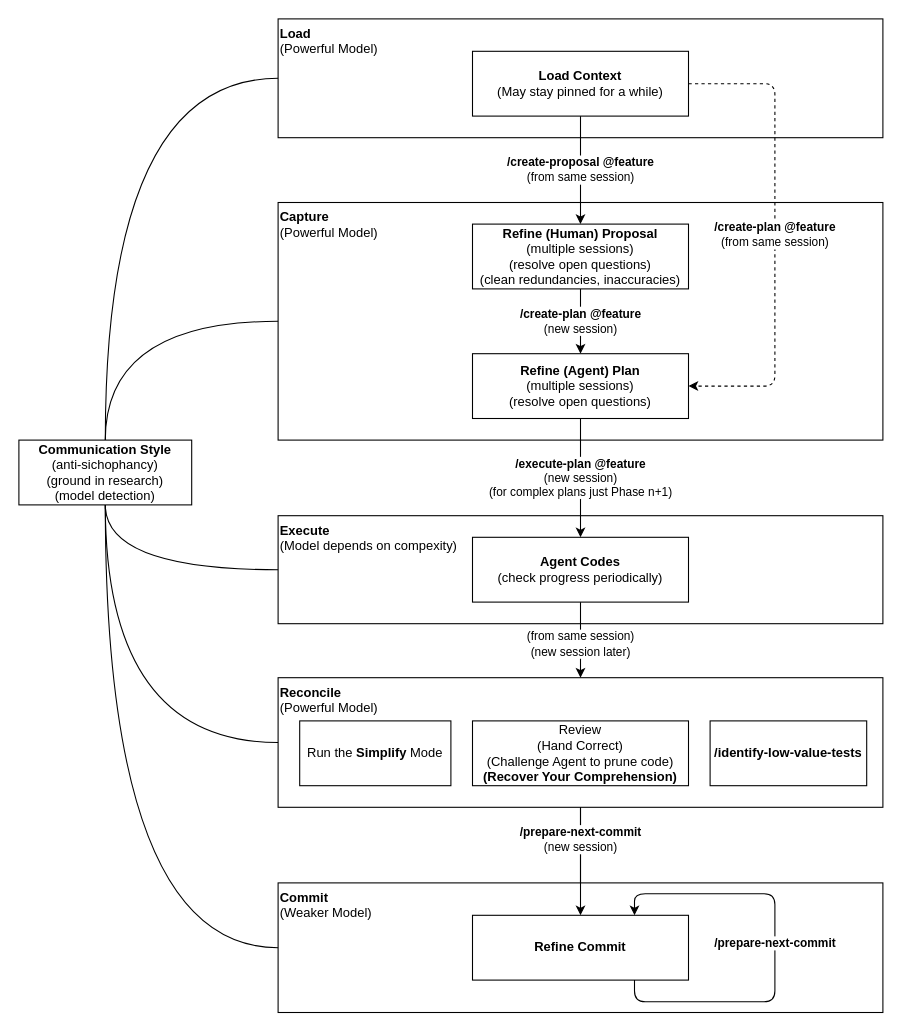
Above: page "flow" (1 of 3) of docs/architecture/architecture.drawio in Todor-Boev-IBM/ratchet (draw.io), before the change. Source tidied: cells renumbered, new cells numbered last; positions are measured from the earlier drawing's top-left corner, leaving out a move shared by most shapes. Both pictures are drawn from the tidied source at 108%, with x=0, y=0 at pixel (18, 18).
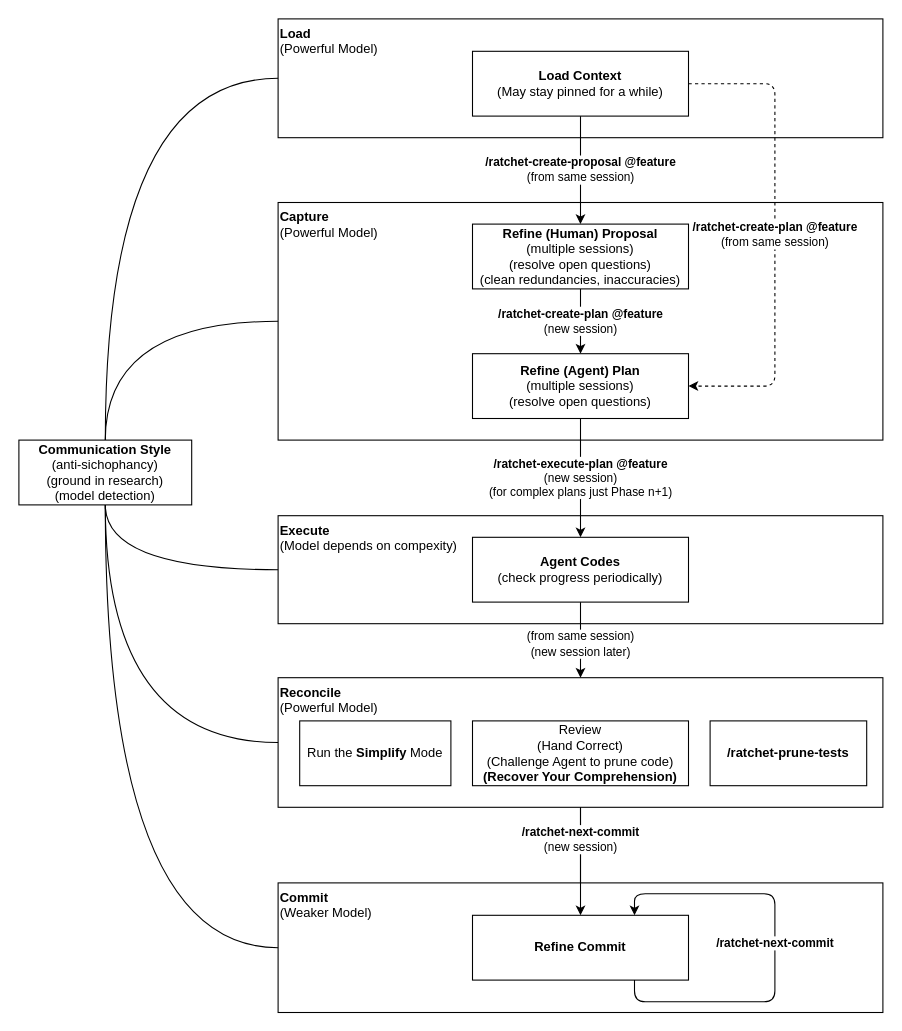
Above is the later version.

Commit message (it also covers changes not shown here):
docs(architecture): use ratchet- prefixed command names

The change refers to these unchanged cells:
```xml
<mxCell id="5" value="&lt;b&gt;Reconcile&lt;/b&gt;&lt;br&gt;(Powerful Model)" style="rounded=0;whiteSpace=wrap;html=1;arcSize=2;verticalAlign=top;align=left;" parent="1" vertex="1">
  <mxGeometry x="240" y="610" width="560" height="120" as="geometry" />
</mxCell>
<mxCell id="10" value="&lt;b&gt;Load Context&lt;/b&gt;&lt;br&gt;(May stay pinned for a while)" style="rounded=0;whiteSpace=wrap;html=1;" parent="1" vertex="1">
  <mxGeometry x="420" y="30" width="200" height="60" as="geometry" />
</mxCell>
<mxCell id="12" value="&lt;span&gt;&lt;font&gt;&lt;span style=&quot;white-space: nowrap;&quot;&gt;&lt;b style=&quot;&quot;&gt;Refine (Human) Proposal&lt;br&gt;&lt;/b&gt;&lt;/span&gt;&lt;span style=&quot;white-space: nowrap;&quot;&gt;(multiple sessions)&lt;/span&gt;&lt;br style=&quot;white-space: nowrap;&quot;&gt;&lt;span style=&quot;white-space: nowrap;&quot;&gt;(resolve open questions)&lt;/span&gt;&lt;br style=&quot;white-space: nowrap;&quot;&gt;&lt;span style=&quot;white-space: nowrap;&quot;&gt;(clean redundancies, inaccuracies)&lt;/span&gt;&lt;/font&gt;&lt;/span&gt;" style="rounded=0;whiteSpace=wrap;html=1;" parent="1" vertex="1">
  <mxGeometry x="420" y="190" width="200" height="60" as="geometry" />
</mxCell>
<mxCell id="14" value="&lt;span style=&quot;white-space: nowrap;&quot;&gt;&lt;font&gt;&lt;b style=&quot;&quot;&gt;Refine (Agent) Plan&lt;br&gt;&lt;/b&gt;(multiple sessions)&lt;br&gt;(resolve open questions)&lt;/font&gt;&lt;/span&gt;" style="rounded=0;whiteSpace=wrap;html=1;" parent="1" vertex="1">
  <mxGeometry x="420" y="310" width="200" height="60" as="geometry" />
</mxCell>
<mxCell id="17" value="&lt;b&gt;Agent Codes&lt;/b&gt;&lt;br&gt;(check progress periodically)" style="rounded=0;whiteSpace=wrap;html=1;" parent="1" vertex="1">
  <mxGeometry x="420" y="480" width="200" height="60" as="geometry" />
</mxCell>
<mxCell id="18" value="&lt;b&gt;Refine Commit&lt;/b&gt;" style="rounded=0;whiteSpace=wrap;html=1;" parent="1" vertex="1">
  <mxGeometry x="420" y="830" width="200" height="60" as="geometry" />
</mxCell>
```

The edit, as a diff of the source:
```diff
@@
-    <mxCell id="8" value="&lt;b&gt;/create-proposal @feature&lt;/b&gt;&lt;br&gt;(from same session)" style="edgeStyle=orthogonalEdgeStyle;rounded=1;jettySize=auto;html=1;exitX=0.5;exitY=1;exitDx=0;exitDy=0;entryX=0.5;entryY=0;entryDx=0;entryDy=0;curved=0;" parent="1" edge="1" source="10" target="12">
+    <mxCell id="8" value="&lt;b&gt;/ratchet-create-proposal @feature&lt;/b&gt;&lt;br&gt;(from same session)" style="edgeStyle=orthogonalEdgeStyle;rounded=1;jettySize=auto;html=1;exitX=0.5;exitY=1;exitDx=0;exitDy=0;entryX=0.5;entryY=0;entryDx=0;entryDy=0;curved=0;" parent="1" edge="1" source="10" target="12">
       <mxGeometry relative="1" as="geometry" />
     </mxCell>
-    <mxCell id="9" value="&lt;b&gt;/create-plan @feature&lt;br&gt;&lt;/b&gt;(from same session)" style="edgeStyle=orthogonalEdgeStyle;rounded=1;jettySize=auto;html=1;exitX=1;exitY=0.5;exitDx=0;exitDy=0;entryX=1;entryY=0.5;entryDx=0;entryDy=0;curved=0;dashed=1;" parent="1" edge="1" source="10" target="14">
+    <mxCell id="9" value="&lt;b&gt;/ratchet-create-plan @feature&lt;br&gt;&lt;/b&gt;(from same session)" style="edgeStyle=orthogonalEdgeStyle;rounded=1;jettySize=auto;html=1;exitX=1;exitY=0.5;exitDx=0;exitDy=0;entryX=1;entryY=0.5;entryDx=0;entryDy=0;curved=0;dashed=1;" parent="1" edge="1" source="10" target="14">
       <mxGeometry relative="1" as="geometry">
         <Array as="points">
           <mxPoint x="700" y="60" />
           <mxPoint x="700" y="340" />
         </Array>
       </mxGeometry>
     </mxCell>
@@
-    <mxCell id="11" value="&lt;b&gt;/create-plan @feature&lt;/b&gt;&lt;br&gt;(new session)" style="edgeStyle=orthogonalEdgeStyle;rounded=1;jettySize=auto;html=1;exitX=0.5;exitY=1;exitDx=0;exitDy=0;entryX=0.5;entryY=0;entryDx=0;entryDy=0;curved=0;" parent="1" edge="1" source="12" target="14">
+    <mxCell id="11" value="&lt;b&gt;/ratchet-create-plan @feature&lt;/b&gt;&lt;br&gt;(new session)" style="edgeStyle=orthogonalEdgeStyle;rounded=1;jettySize=auto;html=1;exitX=0.5;exitY=1;exitDx=0;exitDy=0;entryX=0.5;entryY=0;entryDx=0;entryDy=0;curved=0;" parent="1" edge="1" source="12" target="14">
       <mxGeometry relative="1" as="geometry" />
     </mxCell>
@@
-    <mxCell id="13" value="&lt;b&gt;/execute-plan @feature&lt;br&gt;&lt;/b&gt;(new session)&lt;br&gt;(for complex plans just Phase n+1)" style="edgeStyle=orthogonalEdgeStyle;rounded=1;jettySize=auto;html=1;exitX=0.5;exitY=1;exitDx=0;exitDy=0;entryX=0.5;entryY=0;entryDx=0;entryDy=0;curved=0;" parent="1" edge="1" source="14" target="17">
+    <mxCell id="13" value="&lt;b&gt;/ratchet-execute-plan @feature&lt;br&gt;&lt;/b&gt;(new session)&lt;br&gt;(for complex plans just Phase n+1)" style="edgeStyle=orthogonalEdgeStyle;rounded=1;jettySize=auto;html=1;exitX=0.5;exitY=1;exitDx=0;exitDy=0;entryX=0.5;entryY=0;entryDx=0;entryDy=0;curved=0;" parent="1" edge="1" source="14" target="17">
       <mxGeometry relative="1" as="geometry" />
     </mxCell>
@@
-    <mxCell id="15" value="&lt;b&gt;/prepare-next-commit&lt;/b&gt;&lt;br&gt;(new session)" style="edgeStyle=orthogonalEdgeStyle;rounded=1;jettySize=auto;html=1;exitX=0.5;exitY=1;exitDx=0;exitDy=0;curved=0;entryX=0.5;entryY=0;entryDx=0;entryDy=0;" parent="1" edge="1" source="5" target="18">
+    <mxCell id="15" value="&lt;b&gt;/ratchet-next-commit&lt;/b&gt;&lt;br&gt;(new session)" style="edgeStyle=orthogonalEdgeStyle;rounded=1;jettySize=auto;html=1;exitX=0.5;exitY=1;exitDx=0;exitDy=0;curved=0;entryX=0.5;entryY=0;entryDx=0;entryDy=0;" parent="1" edge="1" source="5" target="18">
       <mxGeometry x="-0.4" relative="1" as="geometry" />
     </mxCell>
@@
-    <mxCell id="20" value="&lt;b&gt;/identify-low-value-tests&lt;/b&gt;" style="rounded=0;whiteSpace=wrap;html=1;" parent="1" vertex="1">
+    <mxCell id="20" value="&lt;b&gt;/ratchet-prune-tests&lt;/b&gt;" style="rounded=0;whiteSpace=wrap;html=1;" parent="1" vertex="1">
       <mxGeometry x="640" y="650" width="145" height="60" as="geometry" />
     </mxCell>
@@
-    <mxCell id="28" value="&lt;b&gt;/prepare-next-commit&lt;/b&gt;" style="edgeStyle=orthogonalEdgeStyle;rounded=1;orthogonalLoop=1;jettySize=auto;html=1;exitX=0.75;exitY=1;exitDx=0;exitDy=0;entryX=0.75;entryY=0;entryDx=0;entryDy=0;curved=0;innerLoopWaypoints=1;" parent="1" edge="1" source="18" target="18">
+    <mxCell id="28" value="&lt;b&gt;/ratchet-next-commit&lt;/b&gt;" style="edgeStyle=orthogonalEdgeStyle;rounded=1;orthogonalLoop=1;jettySize=auto;html=1;exitX=0.75;exitY=1;exitDx=0;exitDy=0;entryX=0.75;entryY=0;entryDx=0;entryDy=0;curved=0;innerLoopWaypoints=1;" parent="1" edge="1" source="18" target="18">
       <mxGeometry x="0.02" relative="1" as="geometry">
         <Array as="points">
           <mxPoint x="570" y="910" />
           <mxPoint x="700" y="910" />
           <mxPoint x="700" y="810" />
           <mxPoint x="570" y="810" />
         </Array>
       </mxGeometry>
     </mxCell>
```
